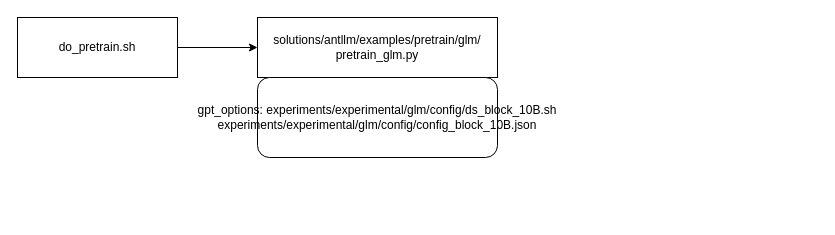
zhongchun/daily keeps this draw.io diagram as graphs/nlp_pretrain_workflow_0.1.drawio. Above is the earlier version. Source tidied: cells renumbered, new cells numbered last; positions are measured from the earlier drawing's top-left corner, leaving out a move shared by most shapes. Both pictures are drawn from the tidied source at 100%, with x=0, y=0 at pixel (17, 17).
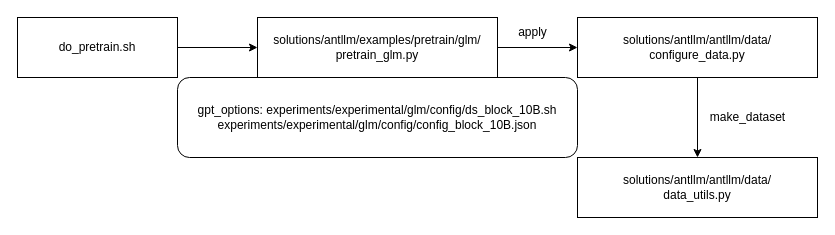
The same page after the edit.

What changed in the source:
```diff
@@
 <mxGraphModel>
   <root>
     <mxCell id="0" />
     <mxCell id="1" parent="0" />
     <mxCell id="2" style="edgeStyle=orthogonalEdgeStyle;rounded=0;jettySize=auto;html=1;" parent="1" edge="1" source="3" target="4">
       <mxGeometry relative="1" as="geometry" />
     </mxCell>
     <mxCell id="3" value="do_pretrain.sh" style="rounded=0;whiteSpace=wrap;html=1;" parent="1" vertex="1">
       <mxGeometry width="160" height="60" as="geometry" />
     </mxCell>
+    <mxCell id="6" style="edgeStyle=orthogonalEdgeStyle;rounded=0;jettySize=auto;html=1;" parent="1" edge="1" source="4" target="5">
+      <mxGeometry relative="1" as="geometry" />
+    </mxCell>
+    <mxCell id="7" style="edgeStyle=orthogonalEdgeStyle;rounded=0;jettySize=auto;html=1;" parent="1" edge="1" source="4" target="5">
+      <mxGeometry relative="1" as="geometry" />
+    </mxCell>
+    <mxCell id="8" style="edgeStyle=orthogonalEdgeStyle;rounded=0;jettySize=auto;html=1;" parent="1" edge="1" source="4" target="10">
+      <mxGeometry relative="1" as="geometry" />
+    </mxCell>
     <mxCell id="4" value="solutions/antllm/examples/pretrain/glm/&lt;br&gt;pretrain_glm.py" style="rounded=0;whiteSpace=wrap;html=1;" parent="1" vertex="1">
       <mxGeometry x="240" width="240" height="60" as="geometry" />
     </mxCell>
     <mxCell id="5" value="gpt_options:&amp;nbsp;experiments/experimental/glm/config/ds_block_10B.sh&lt;br&gt;experiments/experimental/glm/config/config_block_10B.json" style="rounded=1;whiteSpace=wrap;html=1;" parent="1" vertex="1">
-      <mxGeometry x="240" y="60" width="240" height="80" as="geometry" />
+      <mxGeometry x="160" y="60" width="400" height="80" as="geometry" />
     </mxCell>
+    <mxCell id="9" style="edgeStyle=orthogonalEdgeStyle;rounded=0;jettySize=auto;html=1;" parent="1" edge="1" source="10" target="11">
+      <mxGeometry relative="1" as="geometry" />
+    </mxCell>
+    <mxCell id="10" value="solutions/antllm/antllm/data/&lt;br&gt;configure_data.py" style="rounded=0;whiteSpace=wrap;html=1;" parent="1" vertex="1">
+      <mxGeometry x="560" width="240" height="60" as="geometry" />
+    </mxCell>
+    <mxCell id="11" value="solutions/antllm/antllm/data/&lt;br&gt;data_utils.py" style="rounded=0;whiteSpace=wrap;html=1;" parent="1" vertex="1">
+      <mxGeometry x="560" y="140" width="240" height="60" as="geometry" />
+    </mxCell>
+    <mxCell id="12" value="make_dataset" style="text;html=1;align=center;verticalAlign=middle;strokeColor=none;fillColor=none;" parent="1" vertex="1">
+      <mxGeometry x="680" y="85" width="100" height="30" as="geometry" />
+    </mxCell>
+    <mxCell id="13" value="apply" style="text;html=1;align=center;verticalAlign=middle;strokeColor=none;fillColor=none;" parent="1" vertex="1">
+      <mxGeometry x="490" width="50" height="30" as="geometry" />
+    </mxCell>
   </root>
 </mxGraphModel>
```
